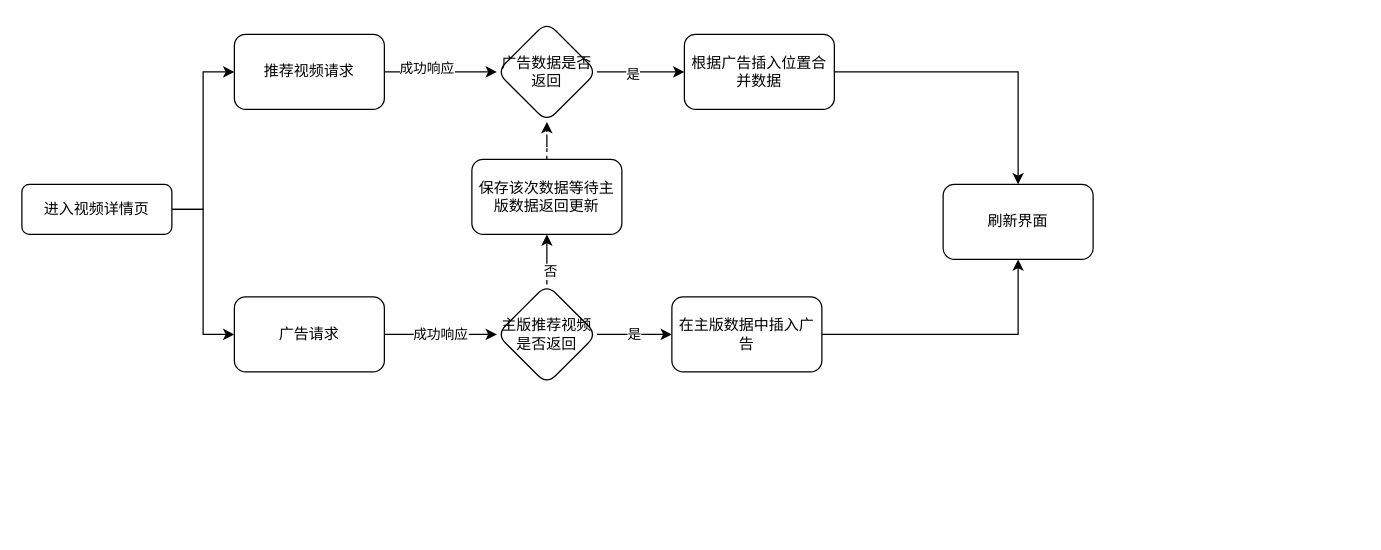
This is moji/feed小视频广告流程图.drawio from HengqianSong/drawIO, a draw.io file, before an edit. Source tidied: cells renumbered, new cells numbered last; positions are measured from the earlier drawing's top-left corner, leaving out a move shared by most shapes. Both pictures are drawn from the tidied source at 125%, with x=0, y=0 at pixel (21, 21).
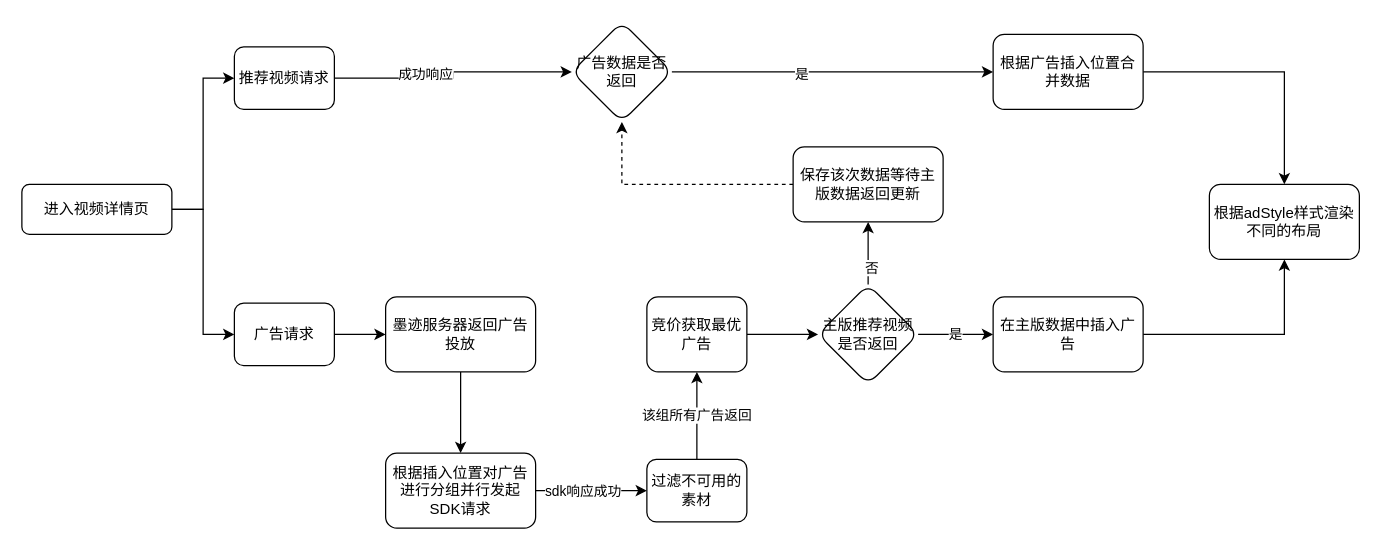
Above is the later version.

Commit message:
更新feed小视频广告流程图.drawio

Change to the diagram source:
```diff
@@
-    <mxCell id="5" value="成功响应" style="edgeStyle=orthogonalEdgeStyle;rounded=0;jettySize=auto;html=1;" parent="1" edge="1" source="6" target="19">
-      <mxGeometry relative="1" as="geometry" />
-    </mxCell>
+    <mxCell id="24" style="edgeStyle=orthogonalEdgeStyle;rounded=0;jettySize=auto;html=1;" parent="1" edge="1" source="6" target="30">
+      <mxGeometry relative="1" as="geometry" />
+    </mxCell>
     <mxCell id="6" value="广告请求" style="whiteSpace=wrap;html=1;rounded=1;glass=0;strokeWidth=1;shadow=0;" parent="1" vertex="1">
-      <mxGeometry x="170" y="220" width="120" height="60" as="geometry" />
+      <mxGeometry x="170" y="225" width="80" height="50" as="geometry" />
     </mxCell>
@@
     <mxCell id="9" value="推荐视频请求" style="whiteSpace=wrap;html=1;rounded=1;glass=0;strokeWidth=1;shadow=0;" parent="1" vertex="1">
-      <mxGeometry x="170" y="10" width="120" height="60" as="geometry" />
+      <mxGeometry x="170" y="20" width="80" height="50" as="geometry" />
     </mxCell>
@@
     <mxCell id="12" value="广告数据是否返回" style="rhombus;whiteSpace=wrap;html=1;rounded=1;glass=0;strokeWidth=1;shadow=0;" parent="1" vertex="1">
-      <mxGeometry x="380" width="80" height="80" as="geometry" />
+      <mxGeometry x="440" width="80" height="80" as="geometry" />
     </mxCell>
@@
     <mxCell id="14" value="根据广告插入位置合并数据" style="whiteSpace=wrap;html=1;rounded=1;glass=0;strokeWidth=1;shadow=0;" parent="1" vertex="1">
-      <mxGeometry x="530" y="10" width="120" height="60" as="geometry" />
+      <mxGeometry x="777" y="10" width="120" height="60" as="geometry" />
     </mxCell>
-    <mxCell id="15" value="刷新界面" style="whiteSpace=wrap;html=1;rounded=1;glass=0;strokeWidth=1;shadow=0;" parent="1" vertex="1">
-      <mxGeometry x="737" y="130" width="120" height="60" as="geometry" />
+    <mxCell id="15" value="根据adStyle样式渲染不同的布局" style="whiteSpace=wrap;html=1;rounded=1;glass=0;strokeWidth=1;shadow=0;" parent="1" vertex="1">
+      <mxGeometry x="950" y="130" width="120" height="60" as="geometry" />
     </mxCell>
@@
     <mxCell id="19" value="主版推荐视频是否返回" style="rhombus;whiteSpace=wrap;html=1;rounded=1;glass=0;strokeWidth=1;shadow=0;" parent="1" vertex="1">
-      <mxGeometry x="380" y="210" width="80" height="80" as="geometry" />
+      <mxGeometry x="637" y="210" width="80" height="80" as="geometry" />
     </mxCell>
@@
     <mxCell id="21" value="在主版数据中插入广告" style="whiteSpace=wrap;html=1;rounded=1;glass=0;strokeWidth=1;shadow=0;" parent="1" vertex="1">
-      <mxGeometry x="520" y="220" width="120" height="60" as="geometry" />
+      <mxGeometry x="777" y="220" width="120" height="60" as="geometry" />
     </mxCell>
@@
     <mxCell id="23" value="保存该次数据等待主版数据返回更新" style="whiteSpace=wrap;html=1;rounded=1;glass=0;strokeWidth=1;shadow=0;" parent="1" vertex="1">
-      <mxGeometry x="360" y="110" width="120" height="60" as="geometry" />
+      <mxGeometry x="617" y="100" width="120" height="60" as="geometry" />
     </mxCell>
+    <mxCell id="25" value="该组所有广告返回" style="edgeStyle=orthogonalEdgeStyle;rounded=0;jettySize=auto;html=1;" parent="1" edge="1" source="26" target="28">
+      <mxGeometry relative="1" as="geometry" />
+    </mxCell>
+    <mxCell id="26" value="过滤不可用的素材" style="whiteSpace=wrap;html=1;rounded=1;glass=0;strokeWidth=1;shadow=0;" parent="1" vertex="1">
+      <mxGeometry x="500" y="350" width="80" height="50" as="geometry" />
+    </mxCell>
+    <mxCell id="27" style="edgeStyle=orthogonalEdgeStyle;rounded=0;jettySize=auto;html=1;" parent="1" edge="1" source="28" target="19">
+      <mxGeometry relative="1" as="geometry" />
+    </mxCell>
+    <mxCell id="28" value="竞价获取最优广告" style="whiteSpace=wrap;html=1;rounded=1;glass=0;strokeWidth=1;shadow=0;" parent="1" vertex="1">
+      <mxGeometry x="500" y="220" width="80" height="60" as="geometry" />
+    </mxCell>
+    <mxCell id="29" style="edgeStyle=orthogonalEdgeStyle;rounded=0;jettySize=auto;html=1;" parent="1" edge="1" source="30" target="33">
+      <mxGeometry relative="1" as="geometry" />
+    </mxCell>
+    <mxCell id="30" value="墨迹服务器返回广告投放" style="whiteSpace=wrap;html=1;rounded=1;glass=0;strokeWidth=1;shadow=0;" parent="1" vertex="1">
+      <mxGeometry x="291" y="220" width="120" height="60" as="geometry" />
+    </mxCell>
+    <mxCell id="31" style="edgeStyle=orthogonalEdgeStyle;rounded=0;jettySize=auto;html=1;" parent="1" edge="1" source="33" target="26">
+      <mxGeometry relative="1" as="geometry" />
+    </mxCell>
+    <mxCell id="32" value="sdk响应成功" style="edgeLabel;html=1;align=center;verticalAlign=middle;" parent="31" vertex="1">
+      <mxGeometry x="-0.17" relative="1" as="geometry" />
+    </mxCell>
+    <mxCell id="33" value="根据插入位置对广告进行分组并行发起SDK请求" style="whiteSpace=wrap;html=1;rounded=1;glass=0;strokeWidth=1;shadow=0;" parent="1" vertex="1">
+      <mxGeometry x="291" y="345" width="120" height="60" as="geometry" />
+    </mxCell>
```
